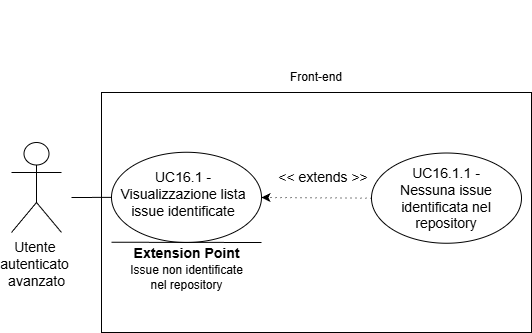
Before: assets/diagrams/UC16_1.png, a diagram exported from draw.io (SkarabGroup/DocumentazioneProgetto). Source tidied: cells renumbered, new cells last; positions are measured from the earlier drawing's top-left corner, leaving out a move shared by most shapes. Its diagram source:
```xml
<mxGraphModel>
  <root>
    <mxCell id="0" />
    <mxCell id="1" parent="0" />
    <mxCell id="2" value="Front-end" style="text;html=1;whiteSpace=wrap;strokeColor=none;fillColor=none;align=center;verticalAlign=middle;rounded=0;" parent="1" vertex="1">
      <mxGeometry x="275" y="55" width="60" height="30" as="geometry" />
    </mxCell>
    <mxCell id="3" style="endArrow=classic;html=1;rounded=0;" parent="1" edge="1">
      <mxGeometry relative="1" as="geometry">
        <mxPoint x="14" as="sourcePoint" />
        <mxPoint x="14" as="targetPoint" />
      </mxGeometry>
    </mxCell>
    <mxCell id="4" value="&lt;font style=&quot;font-size: 14px;&quot;&gt;Utente&lt;/font&gt;&lt;font style=&quot;font-size: 12px;&quot;&gt;&amp;nbsp;&lt;/font&gt;&lt;div&gt;&lt;font style=&quot;&quot;&gt;&lt;font style=&quot;font-size: 14px;&quot;&gt;autenticato&lt;/font&gt;&lt;span style=&quot;font-size: 14px;&quot;&gt;&amp;nbsp;&lt;/span&gt;&lt;/font&gt;&lt;/div&gt;&lt;div&gt;&lt;font style=&quot;font-size: 14px;&quot;&gt;avanzato&lt;/font&gt;&lt;/div&gt;" style="shape=umlActor;verticalLabelPosition=bottom;verticalAlign=top;html=1;" parent="1" vertex="1">
      <mxGeometry y="135" width="50" height="90" as="geometry" />
    </mxCell>
    <mxCell id="5" style="rounded=0;whiteSpace=wrap;html=1;" parent="1" vertex="1">
      <mxGeometry x="90" y="85" width="430" height="240" as="geometry" />
    </mxCell>
    <mxCell id="6" style="endArrow=none;html=1;rounded=0;" parent="1" edge="1" target="7">
      <mxGeometry relative="1" as="geometry">
        <mxPoint x="60" y="190" as="sourcePoint" />
      </mxGeometry>
    </mxCell>
    <mxCell id="7" style="ellipse;whiteSpace=wrap;html=1;" parent="1" vertex="1">
      <mxGeometry x="100" y="144.8" width="150" height="90.2" as="geometry" />
    </mxCell>
    <mxCell id="8" value="&lt;font style=&quot;font-size: 14px;&quot;&gt;UC16.1 - Visualizzazione lista issue identificate&lt;/font&gt;" style="text;html=1;whiteSpace=wrap;strokeColor=none;fillColor=none;align=center;verticalAlign=middle;rounded=0;" parent="1" vertex="1">
      <mxGeometry x="100" y="173.1" width="143.8" height="28.8" as="geometry" />
    </mxCell>
    <mxCell id="9" style="endArrow=classic;html=1;rounded=0;" parent="1" edge="1">
      <mxGeometry relative="1" as="geometry">
        <mxPoint x="20" y="85" as="sourcePoint" />
        <mxPoint x="20" y="85" as="targetPoint" />
      </mxGeometry>
    </mxCell>
    <mxCell id="10" style="endArrow=classic;html=1;rounded=0;exitX=0;exitY=0.5;exitDx=0;exitDy=0;dashed=1;dashPattern=1 4;" parent="1" edge="1" source="12">
      <mxGeometry relative="1" as="geometry">
        <mxPoint x="250" y="190" as="targetPoint" />
      </mxGeometry>
    </mxCell>
    <mxCell id="11" value="&lt;font style=&quot;font-size: 14px;&quot;&gt;&amp;lt;&amp;lt; extends &amp;gt;&amp;gt;&lt;/font&gt;" style="text;html=1;whiteSpace=wrap;strokeColor=none;fillColor=none;align=center;verticalAlign=middle;rounded=0;" parent="1" vertex="1">
      <mxGeometry x="264" y="155" width="96" height="30" as="geometry" />
    </mxCell>
    <mxCell id="12" style="ellipse;whiteSpace=wrap;html=1;" parent="1" vertex="1">
      <mxGeometry x="360" y="145.5" width="150" height="90.2" as="geometry" />
    </mxCell>
    <mxCell id="13" value="&lt;font style=&quot;font-size: 14px;&quot;&gt;UC16.1.1 - Nessuna issue identificata nel repository&lt;/font&gt;" style="text;html=1;whiteSpace=wrap;strokeColor=none;fillColor=none;align=center;verticalAlign=middle;rounded=0;" parent="1" vertex="1">
      <mxGeometry x="376.2" y="174" width="117.5" height="33.2" as="geometry" />
    </mxCell>
    <mxCell id="14" style="endArrow=none;html=1;rounded=0;" parent="1" edge="1">
      <mxGeometry relative="1" as="geometry">
        <mxPoint x="100" y="234.8" as="sourcePoint" />
        <mxPoint x="250" y="235" as="targetPoint" />
      </mxGeometry>
    </mxCell>
    <mxCell id="15" value="&lt;b&gt;&lt;font style=&quot;font-size: 14px;&quot;&gt;Extension Point&lt;/font&gt;&lt;/b&gt;" style="text;html=1;whiteSpace=wrap;strokeColor=none;fillColor=none;align=center;verticalAlign=middle;rounded=0;" parent="1" vertex="1">
      <mxGeometry x="112.5" y="230.8" width="125" height="30" as="geometry" />
    </mxCell>
    <mxCell id="16" value="Issue non identificate nel repository" style="text;html=1;whiteSpace=wrap;strokeColor=none;fillColor=none;align=center;verticalAlign=middle;rounded=0;" parent="1" vertex="1">
      <mxGeometry x="117.5" y="255" width="115" height="30" as="geometry" />
    </mxCell>
  </root>
</mxGraphModel>
```
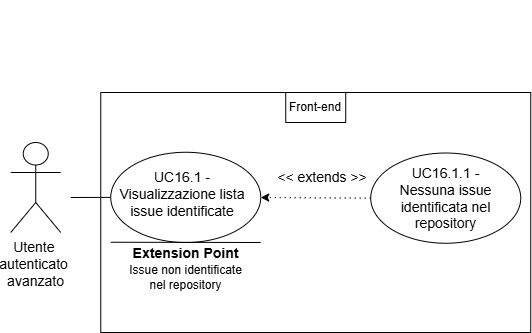
The same diagram one commit later.

The edit, as a diff of the source:
```diff
@@ -2,63 +2,63 @@
   <root>
     <mxCell id="0" />
     <mxCell id="1" parent="0" />
-    <mxCell id="2" value="Front-end" style="text;html=1;whiteSpace=wrap;strokeColor=none;fillColor=none;align=center;verticalAlign=middle;rounded=0;" parent="1" vertex="1">
-      <mxGeometry x="275" y="55" width="60" height="30" as="geometry" />
-    </mxCell>
-    <mxCell id="3" style="endArrow=classic;html=1;rounded=0;" parent="1" edge="1">
-      <mxGeometry relative="1" as="geometry">
-        <mxPoint x="14" as="sourcePoint" />
-        <mxPoint x="14" as="targetPoint" />
-      </mxGeometry>
-    </mxCell>
+    <mxCell id="17" style="endArrow=classic;html=1;rounded=0;" parent="1" edge="1">
+      <mxGeometry relative="1" as="geometry">
+        <mxPoint x="14" as="sourcePoint" />
+        <mxPoint x="14" as="targetPoint" />
+      </mxGeometry>
+    </mxCell>
     <mxCell id="4" value="&lt;font style=&quot;font-size: 14px;&quot;&gt;Utente&lt;/font&gt;&lt;font style=&quot;font-size: 12px;&quot;&gt;&amp;nbsp;&lt;/font&gt;&lt;div&gt;&lt;font style=&quot;&quot;&gt;&lt;font style=&quot;font-size: 14px;&quot;&gt;autenticato&lt;/font&gt;&lt;span style=&quot;font-size: 14px;&quot;&gt;&amp;nbsp;&lt;/span&gt;&lt;/font&gt;&lt;/div&gt;&lt;div&gt;&lt;font style=&quot;font-size: 14px;&quot;&gt;avanzato&lt;/font&gt;&lt;/div&gt;" style="shape=umlActor;verticalLabelPosition=bottom;verticalAlign=top;html=1;" parent="1" vertex="1">
       <mxGeometry y="135" width="50" height="90" as="geometry" />
     </mxCell>
-    <mxCell id="5" style="rounded=0;whiteSpace=wrap;html=1;" parent="1" vertex="1">
-      <mxGeometry x="90" y="85" width="430" height="240" as="geometry" />
-    </mxCell>
-    <mxCell id="6" style="endArrow=none;html=1;rounded=0;" parent="1" edge="1" target="7">
-      <mxGeometry relative="1" as="geometry">
-        <mxPoint x="60" y="190" as="sourcePoint" />
-      </mxGeometry>
-    </mxCell>
-    <mxCell id="7" style="ellipse;whiteSpace=wrap;html=1;" parent="1" vertex="1">
-      <mxGeometry x="100" y="144.8" width="150" height="90.2" as="geometry" />
-    </mxCell>
+    <mxCell id="18" style="rounded=0;whiteSpace=wrap;html=1;" parent="1" vertex="1">
+      <mxGeometry x="90" y="85" width="430" height="240" as="geometry" />
+    </mxCell>
+    <mxCell id="19" style="endArrow=none;html=1;rounded=0;" parent="1" edge="1" target="20">
+      <mxGeometry relative="1" as="geometry">
+        <mxPoint x="60" y="190" as="sourcePoint" />
+      </mxGeometry>
+    </mxCell>
+    <mxCell id="20" style="ellipse;whiteSpace=wrap;html=1;" parent="1" vertex="1">
+      <mxGeometry x="100" y="144.8" width="150" height="90.2" as="geometry" />
+    </mxCell>
     <mxCell id="8" value="&lt;font style=&quot;font-size: 14px;&quot;&gt;UC16.1 - Visualizzazione lista issue identificate&lt;/font&gt;" style="text;html=1;whiteSpace=wrap;strokeColor=none;fillColor=none;align=center;verticalAlign=middle;rounded=0;" parent="1" vertex="1">
       <mxGeometry x="100" y="173.1" width="143.8" height="28.8" as="geometry" />
     </mxCell>
-    <mxCell id="9" style="endArrow=classic;html=1;rounded=0;" parent="1" edge="1">
-      <mxGeometry relative="1" as="geometry">
-        <mxPoint x="20" y="85" as="sourcePoint" />
-        <mxPoint x="20" y="85" as="targetPoint" />
-      </mxGeometry>
-    </mxCell>
-    <mxCell id="10" style="endArrow=classic;html=1;rounded=0;exitX=0;exitY=0.5;exitDx=0;exitDy=0;dashed=1;dashPattern=1 4;" parent="1" edge="1" source="12">
-      <mxGeometry relative="1" as="geometry">
-        <mxPoint x="250" y="190" as="targetPoint" />
-      </mxGeometry>
-    </mxCell>
+    <mxCell id="21" style="endArrow=classic;html=1;rounded=0;" parent="1" edge="1">
+      <mxGeometry relative="1" as="geometry">
+        <mxPoint x="20" y="85" as="sourcePoint" />
+        <mxPoint x="20" y="85" as="targetPoint" />
+      </mxGeometry>
+    </mxCell>
+    <mxCell id="22" style="endArrow=classic;html=1;rounded=0;exitX=0;exitY=0.5;exitDx=0;exitDy=0;dashed=1;dashPattern=1 4;" parent="1" edge="1" source="23">
+      <mxGeometry relative="1" as="geometry">
+        <mxPoint x="250" y="190" as="targetPoint" />
+      </mxGeometry>
+    </mxCell>
     <mxCell id="11" value="&lt;font style=&quot;font-size: 14px;&quot;&gt;&amp;lt;&amp;lt; extends &amp;gt;&amp;gt;&lt;/font&gt;" style="text;html=1;whiteSpace=wrap;strokeColor=none;fillColor=none;align=center;verticalAlign=middle;rounded=0;" parent="1" vertex="1">
       <mxGeometry x="264" y="155" width="96" height="30" as="geometry" />
     </mxCell>
-    <mxCell id="12" style="ellipse;whiteSpace=wrap;html=1;" parent="1" vertex="1">
-      <mxGeometry x="360" y="145.5" width="150" height="90.2" as="geometry" />
-    </mxCell>
+    <mxCell id="23" style="ellipse;whiteSpace=wrap;html=1;" parent="1" vertex="1">
+      <mxGeometry x="360" y="145.5" width="150" height="90.2" as="geometry" />
+    </mxCell>
     <mxCell id="13" value="&lt;font style=&quot;font-size: 14px;&quot;&gt;UC16.1.1 - Nessuna issue identificata nel repository&lt;/font&gt;" style="text;html=1;whiteSpace=wrap;strokeColor=none;fillColor=none;align=center;verticalAlign=middle;rounded=0;" parent="1" vertex="1">
       <mxGeometry x="376.2" y="174" width="117.5" height="33.2" as="geometry" />
     </mxCell>
-    <mxCell id="14" style="endArrow=none;html=1;rounded=0;" parent="1" edge="1">
-      <mxGeometry relative="1" as="geometry">
-        <mxPoint x="100" y="234.8" as="sourcePoint" />
-        <mxPoint x="250" y="235" as="targetPoint" />
-      </mxGeometry>
-    </mxCell>
+    <mxCell id="24" style="endArrow=none;html=1;rounded=0;" parent="1" edge="1">
+      <mxGeometry relative="1" as="geometry">
+        <mxPoint x="100" y="234.8" as="sourcePoint" />
+        <mxPoint x="250" y="235" as="targetPoint" />
+      </mxGeometry>
+    </mxCell>
     <mxCell id="15" value="&lt;b&gt;&lt;font style=&quot;font-size: 14px;&quot;&gt;Extension Point&lt;/font&gt;&lt;/b&gt;" style="text;html=1;whiteSpace=wrap;strokeColor=none;fillColor=none;align=center;verticalAlign=middle;rounded=0;" parent="1" vertex="1">
       <mxGeometry x="112.5" y="230.8" width="125" height="30" as="geometry" />
     </mxCell>
     <mxCell id="16" value="Issue non identificate nel repository" style="text;html=1;whiteSpace=wrap;strokeColor=none;fillColor=none;align=center;verticalAlign=middle;rounded=0;" parent="1" vertex="1">
       <mxGeometry x="117.5" y="255" width="115" height="30" as="geometry" />
     </mxCell>
+    <mxCell id="2" value="Front-end" style="text;html=1;whiteSpace=wrap;strokeColor=default;fillColor=none;align=center;verticalAlign=middle;rounded=0;perimeterSpacing=1;" parent="1" vertex="1">
+      <mxGeometry x="275" y="85" width="60" height="30" as="geometry" />
+    </mxCell>
   </root>
 </mxGraphModel>
```
